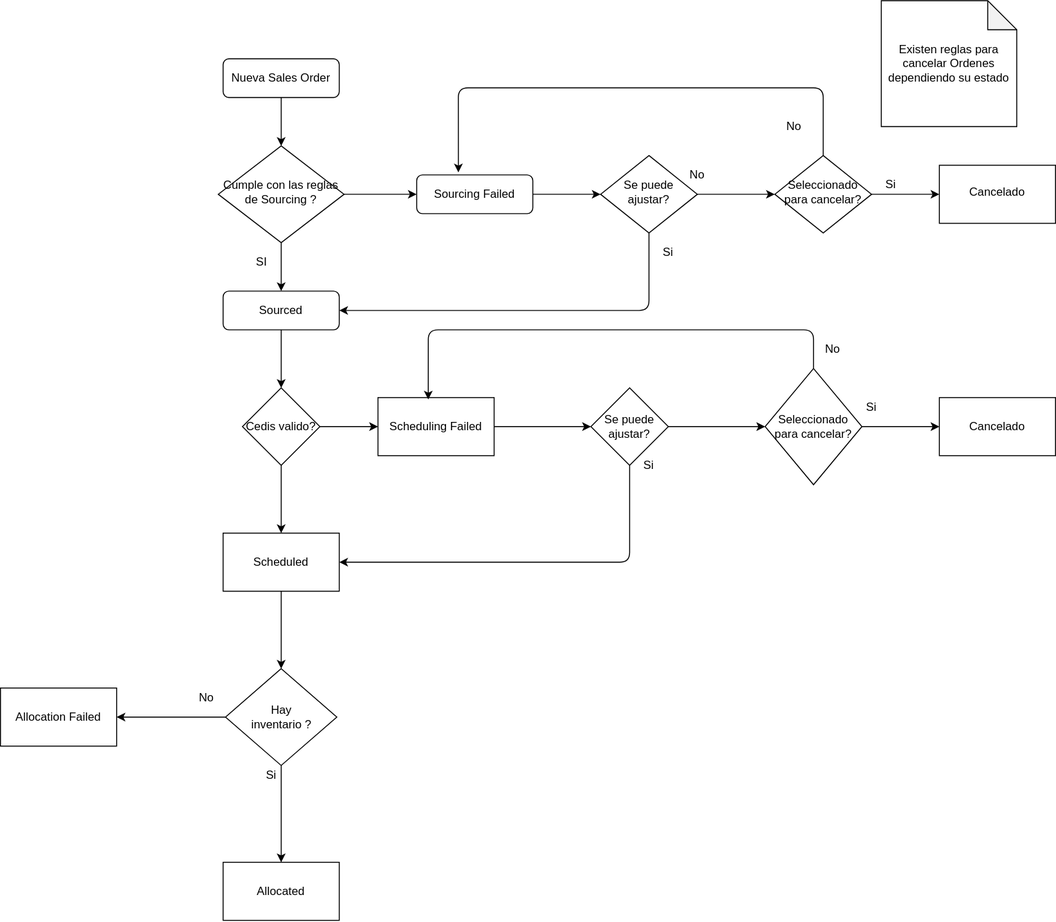
Earlier version of the draw.io export Pedidos.svg (erick12357/pruebaRest). Source tidied: cells renumbered, new cells last; positions are measured from the earlier drawing's top-left corner, leaving out a move shared by most shapes.
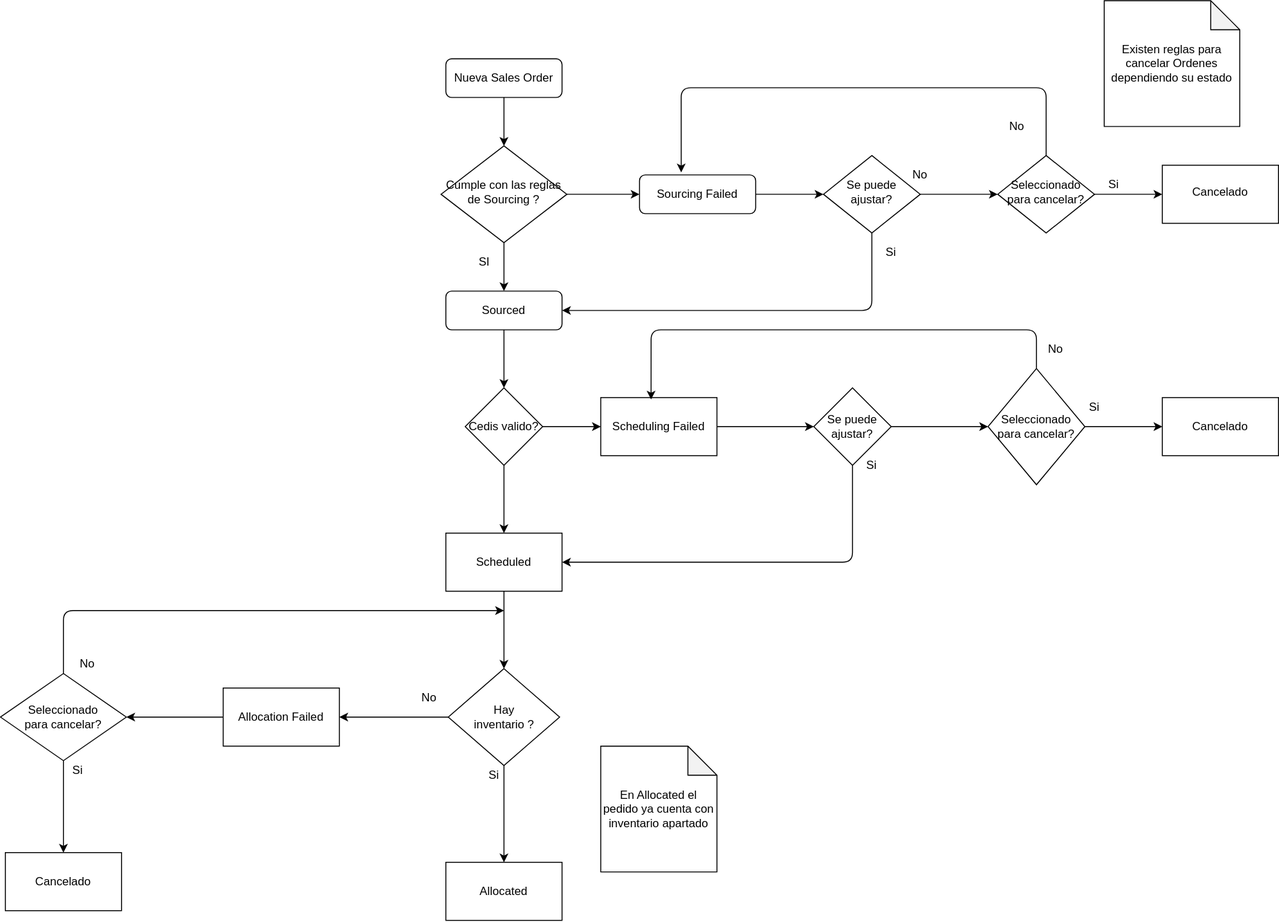
Later version of the same file.

Diff of the diagram source:
```diff
@@ -151,6 +151,9 @@
     <mxCell id="44" value="Allocated" style="whiteSpace=wrap;html=1;" parent="1" vertex="1">
       <mxGeometry x="230" y="890" width="120" height="60" as="geometry" />
     </mxCell>
+    <mxCell id="48" style="edgeStyle=orthogonalEdgeStyle;rounded=0;jettySize=auto;html=1;" parent="1" edge="1" source="45" target="50">
+      <mxGeometry relative="1" as="geometry" />
+    </mxCell>
     <mxCell id="45" value="Allocation Failed" style="whiteSpace=wrap;html=1;" parent="1" vertex="1">
       <mxGeometry y="710" width="120" height="60" as="geometry" />
     </mxCell>
@@ -160,5 +163,31 @@
     <mxCell id="47" value="Si" style="text;html=1;strokeColor=none;fillColor=none;align=center;verticalAlign=middle;whiteSpace=wrap;rounded=0;" parent="1" vertex="1">
       <mxGeometry x="260" y="790" width="40" height="20" as="geometry" />
     </mxCell>
+    <mxCell id="49" style="edgeStyle=orthogonalEdgeStyle;rounded=0;jettySize=auto;html=1;" parent="1" edge="1" source="50" target="51">
+      <mxGeometry relative="1" as="geometry" />
+    </mxCell>
+    <mxCell id="50" value="Seleccionado&lt;br&gt;para cancelar?" style="rhombus;whiteSpace=wrap;html=1;" parent="1" vertex="1">
+      <mxGeometry x="-230" y="695" width="130" height="90" as="geometry" />
+    </mxCell>
+    <mxCell id="51" value="Cancelado" style="whiteSpace=wrap;html=1;" parent="1" vertex="1">
+      <mxGeometry x="-225" y="880" width="120" height="60" as="geometry" />
+    </mxCell>
+    <mxCell id="52" value="Si" style="text;html=1;strokeColor=none;fillColor=none;align=center;verticalAlign=middle;whiteSpace=wrap;rounded=0;" parent="1" vertex="1">
+      <mxGeometry x="-170" y="785" width="40" height="20" as="geometry" />
+    </mxCell>
+    <mxCell id="53" style="endArrow=classic;html=1;exitX=0.5;exitY=0;exitDx=0;exitDy=0;" parent="1" edge="1" source="50">
+      <mxGeometry relative="1" as="geometry">
+        <mxPoint x="290" y="630" as="targetPoint" />
+        <Array as="points">
+          <mxPoint x="-165" y="630" />
+        </Array>
+      </mxGeometry>
+    </mxCell>
+    <mxCell id="54" value="No" style="text;html=1;strokeColor=none;fillColor=none;align=center;verticalAlign=middle;whiteSpace=wrap;rounded=0;" parent="1" vertex="1">
+      <mxGeometry x="-160" y="675" width="40" height="20" as="geometry" />
+    </mxCell>
+    <mxCell id="55" value="En Allocated el pedido ya cuenta con inventario apartado" style="shape=note;whiteSpace=wrap;html=1;backgroundOutline=1;darkOpacity=0.05;" parent="1" vertex="1">
+      <mxGeometry x="390" y="770" width="120" height="130" as="geometry" />
+    </mxCell>
   </root>
 </mxGraphModel>
```
